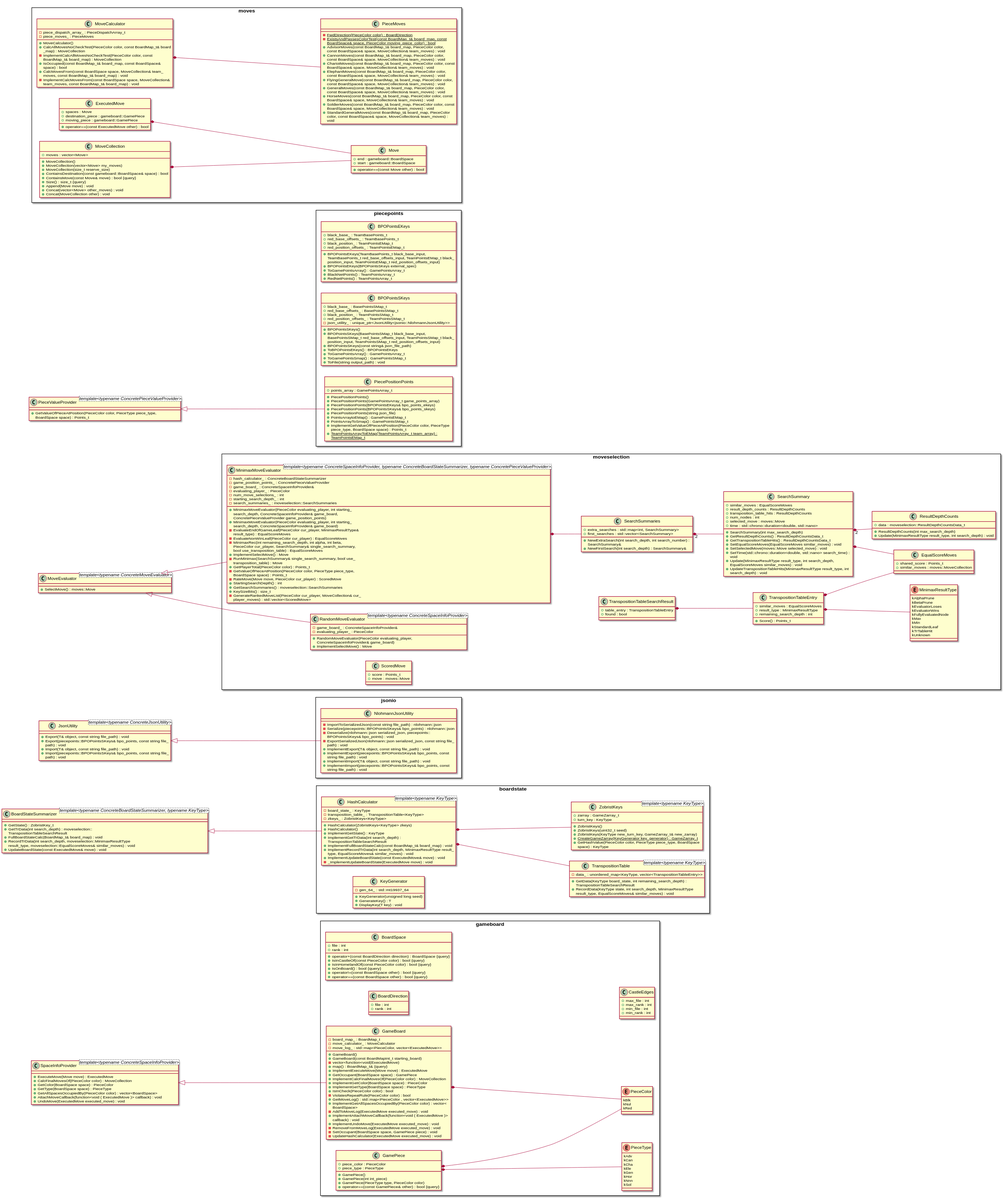
duanegoodner/xiangqigame keeps this PlantUML diagram as docs/plantuml/xiangqigame_core.svg. Above is the earlier version.
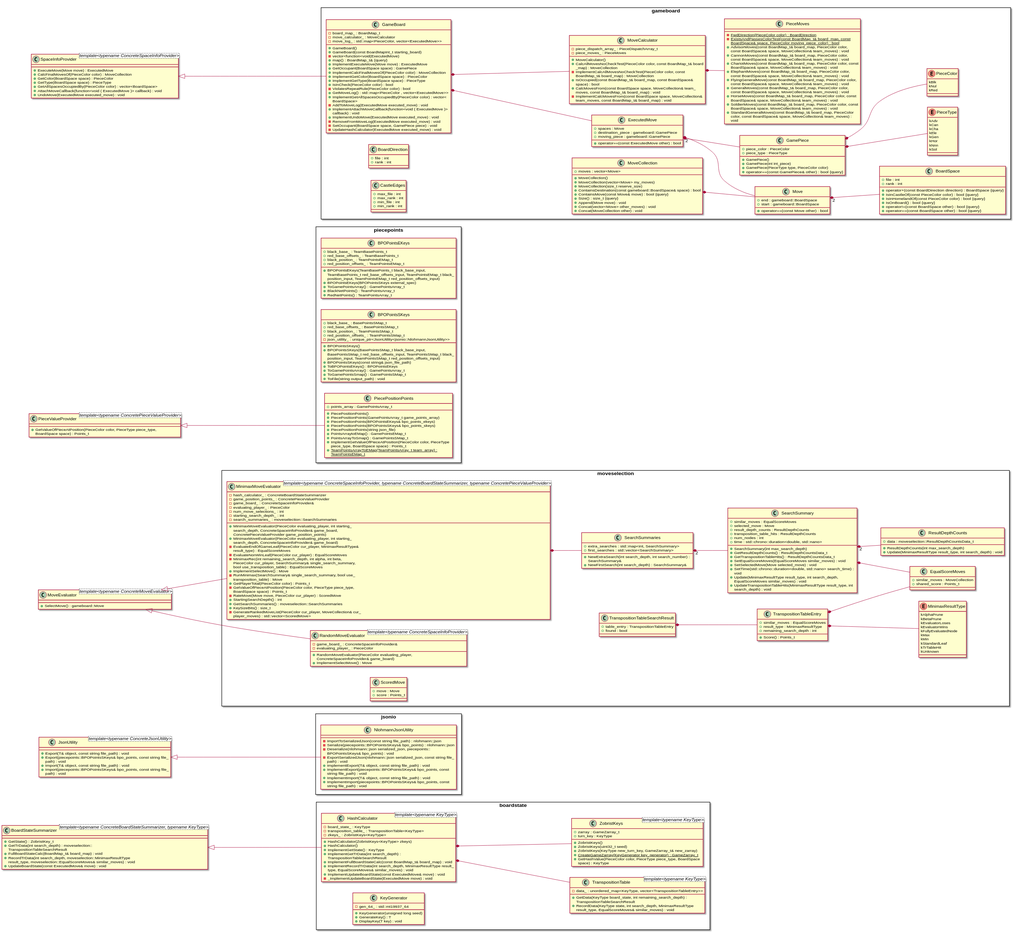
Above is the later version.

Diff of the diagram source:
```diff
@@ -4,7 +4,6 @@
 skinparam wrapWidth 400
 left to right direction
 scale 0.75
-
 
 
 
@@ -28,7 +27,7 @@
 
 
 class MoveEvaluator <template<typename ConcreteMoveEvaluator>> {
-	+SelectMove() : moves::Move
+	+SelectMove() : gameboard::Move
 }
 
 
@@ -137,8 +136,8 @@
 	}
 
 	class EqualScoreMoves {
+		+similar_moves : MoveCollection
 		+shared_score : Points_t
-		+similar_moves : moves::MoveCollection
 	}
 
 	class ResultDepthCounts {
@@ -148,8 +147,8 @@
 	}
 
 	class ScoredMove {
+		+move : Move
 		+score : Points_t
-		+move : moves::Move
 	}
 
 	class SearchSummaries {
@@ -162,15 +161,15 @@
 	class SearchSummary {
 		+SearchSummary(int max_search_depth)
 		+similar_moves : EqualScoreMoves
+		+selected_move : Move
 		+result_depth_counts : ResultDepthCounts
 		+transposition_table_hits : ResultDepthCounts
 		+GetResultDepthCounts() : ResultDepthCountsData_t
 		+GetTranspositionTableHits() : ResultDepthCountsData_t
 		+num_nodes : int
-		+selected_move : moves::Move
 		+time : std::chrono::duration<double, std::nano>
 		+SetEqualScoreMoves(EqualScoreMoves similar_moves) : void
-		+SetSelectedMove(moves::Move selected_move) : void
+		+SetSelectedMove(Move selected_move) : void
 		+SetTime(std::chrono::duration<double, std::nano> search_time) : void
 		+Update(MinimaxResultType result_type, int search_depth, EqualScoreMoves similar_moves) : void
 		+UpdateTranspositionTableHits(MinimaxResultType result_type, int search_depth) : void
@@ -186,60 +185,6 @@
 	class TranspositionTableSearchResult {
 		+table_entry : TranspositionTableEntry
 		+found : bool
-	}
-}
-
-
-namespace moves {
-	class MoveCalculator {
-		+MoveCalculator()
-		+CalcAllMovesNoCheckTest(PieceColor color, const BoardMap_t& board_map) : MoveCollection
-		-ImplementCalcAllMovesNoCheckTest(PieceColor color, const BoardMap_t& board_map) : MoveCollection
-		-piece_dispatch_array_ : PieceDispatchArray_t
-		-piece_moves_ : PieceMoves
-		+IsOccupied(const BoardMap_t& board_map, const BoardSpace& space) : bool
-		+CalcMovesFrom(const BoardSpace space, MoveCollection& team_moves, const BoardMap_t& board_map) : void
-		-ImplementCalcMovesFrom(const BoardSpace space, MoveCollection& team_moves, const BoardMap_t& board_map) : void
-	}
-
-	class PieceMoves {
-		-{static} FwdDirection(PieceColor color) : BoardDirection
-		-{static} ExistsAndPassesColorTest(const BoardMap_t& board_map, const BoardSpace& space, PieceColor moving_piece_color) : bool
-		+AdvisorMoves(const BoardMap_t& board_map, PieceColor color, const BoardSpace& space, MoveCollection& team_moves) : void
-		+CannonMoves(const BoardMap_t& board_map, PieceColor color, const BoardSpace& space, MoveCollection& team_moves) : void
-		+ChariotMoves(const BoardMap_t& board_map, PieceColor color, const BoardSpace& space, MoveCollection& team_moves) : void
-		+ElephantMoves(const BoardMap_t& board_map, PieceColor color, const BoardSpace& space, MoveCollection& team_moves) : void
-		+FlyingGeneralMove(const BoardMap_t& board_map, PieceColor color, const BoardSpace& space, MoveCollection& team_moves) : void
-		+GeneralMoves(const BoardMap_t& board_map, PieceColor color, const BoardSpace& space, MoveCollection& team_moves) : void
-		+HorseMoves(const BoardMap_t& board_map, PieceColor color, const BoardSpace& space, MoveCollection& team_moves) : void
-		+SoldierMoves(const BoardMap_t& board_map, PieceColor color, const BoardSpace& space, MoveCollection& team_moves) : void
-		+StandardGeneralMoves(const BoardMap_t& board_map, PieceColor color, const BoardSpace& space, MoveCollection& team_moves) : void
-	}
-
-	class ExecutedMove {
-		+spaces : Move
-		+operator==(const ExecutedMove other) : bool
-		+destination_piece : gameboard::GamePiece
-		+moving_piece : gameboard::GamePiece
-	}
-
-	class Move {
-		+operator==(const Move other) : bool
-		+end : gameboard::BoardSpace
-		+start : gameboard::BoardSpace
-	}
-
-	class MoveCollection {
-		+MoveCollection()
-		+MoveCollection(vector<Move> my_moves)
-		+MoveCollection(size_t reserve_size)
-		+ContainsDestination(const gameboard::BoardSpace& space) : bool
-		+ContainsMove(const Move& move) : bool {query}
-		+Size() : size_t {query}
-		+moves : vector<Move>
-		+Append(Move move) : void
-		+Concat(vector<Move> other_moves) : void
-		+Concat(MoveCollection other) : void
 	}
 }
 
@@ -284,6 +229,31 @@
 		-UpdateHashCalculator(ExecutedMove executed_move) : void
 	}
 
+	class MoveCalculator {
+		+MoveCalculator()
+		+CalcAllMovesNoCheckTest(PieceColor color, const BoardMap_t& board_map) : MoveCollection
+		-ImplementCalcAllMovesNoCheckTest(PieceColor color, const BoardMap_t& board_map) : MoveCollection
+		-piece_dispatch_array_ : PieceDispatchArray_t
+		-piece_moves_ : PieceMoves
+		+IsOccupied(const BoardMap_t& board_map, const BoardSpace& space) : bool
+		+CalcMovesFrom(const BoardSpace space, MoveCollection& team_moves, const BoardMap_t& board_map) : void
+		-ImplementCalcMovesFrom(const BoardSpace space, MoveCollection& team_moves, const BoardMap_t& board_map) : void
+	}
+
+	class PieceMoves {
+		-{static} FwdDirection(PieceColor color) : BoardDirection
+		-{static} ExistsAndPassesColorTest(const BoardMap_t& board_map, const BoardSpace& space, PieceColor moving_piece_color) : bool
+		+AdvisorMoves(const BoardMap_t& board_map, PieceColor color, const BoardSpace& space, MoveCollection& team_moves) : void
+		+CannonMoves(const BoardMap_t& board_map, PieceColor color, const BoardSpace& space, MoveCollection& team_moves) : void
+		+ChariotMoves(const BoardMap_t& board_map, PieceColor color, const BoardSpace& space, MoveCollection& team_moves) : void
+		+ElephantMoves(const BoardMap_t& board_map, PieceColor color, const BoardSpace& space, MoveCollection& team_moves) : void
+		+FlyingGeneralMove(const BoardMap_t& board_map, PieceColor color, const BoardSpace& space, MoveCollection& team_moves) : void
+		+GeneralMoves(const BoardMap_t& board_map, PieceColor color, const BoardSpace& space, MoveCollection& team_moves) : void
+		+HorseMoves(const BoardMap_t& board_map, PieceColor color, const BoardSpace& space, MoveCollection& team_moves) : void
+		+SoldierMoves(const BoardMap_t& board_map, PieceColor color, const BoardSpace& space, MoveCollection& team_moves) : void
+		+StandardGeneralMoves(const BoardMap_t& board_map, PieceColor color, const BoardSpace& space, MoveCollection& team_moves) : void
+	}
+
 	enum PieceColor {
 		kBlk
 		kNul
@@ -324,6 +294,13 @@
 		+min_rank : int
 	}
 
+	class ExecutedMove {
+		+spaces : Move
+		+operator==(const ExecutedMove other) : bool
+		+destination_piece : gameboard::GamePiece
+		+moving_piece : gameboard::GamePiece
+	}
+
 	class GamePiece {
 		+GamePiece()
 		+GamePiece(int int_piece)
@@ -331,6 +308,25 @@
 		+piece_color : PieceColor
 		+piece_type : PieceType
 		+operator==(const GamePiece& other) : bool {query}
+	}
+
+	class Move {
+		+operator==(const Move other) : bool
+		+end : gameboard::BoardSpace
+		+start : gameboard::BoardSpace
+	}
+
+	class MoveCollection {
+		+MoveCollection()
+		+MoveCollection(vector<Move> my_moves)
+		+MoveCollection(size_t reserve_size)
+		+ContainsDestination(const gameboard::BoardSpace& space) : bool
+		+ContainsMove(const Move& move) : bool {query}
+		+Size() : size_t {query}
+		+moves : vector<Move>
+		+Append(Move move) : void
+		+Concat(vector<Move> other_moves) : void
+		+Concat(MoveCollection other) : void
 	}
 }
 
@@ -401,10 +397,16 @@
 
 
 
-moves.ExecutedMove *-- moves.Move
+gameboard.ExecutedMove "2" *-- gameboard.GamePiece
 
 
-gameboard.GameBoard *-- gameboard.PieceColor
+gameboard.ExecutedMove *-- gameboard.Move
+
+
+gameboard.GameBoard *-- gameboard.ExecutedMove
+
+
+gameboard.GameBoard *-- gameboard.MoveCalculator
 
 
 gameboard.GamePiece *-- gameboard.PieceColor
@@ -422,10 +424,13 @@
 moveselection.MinimaxMoveEvaluator *-- moveselection.SearchSummaries
 
 
-moves.MoveCalculator *-- moves.PieceMoves
+gameboard.Move "2" *-- gameboard.BoardSpace
 
 
-moves.MoveCollection *-- moves.Move
+gameboard.MoveCalculator *-- gameboard.PieceMoves
+
+
+gameboard.MoveCollection *-- gameboard.Move
 
 
 moveselection.SearchSummaries "2" *-- moveselection.SearchSummary
```
